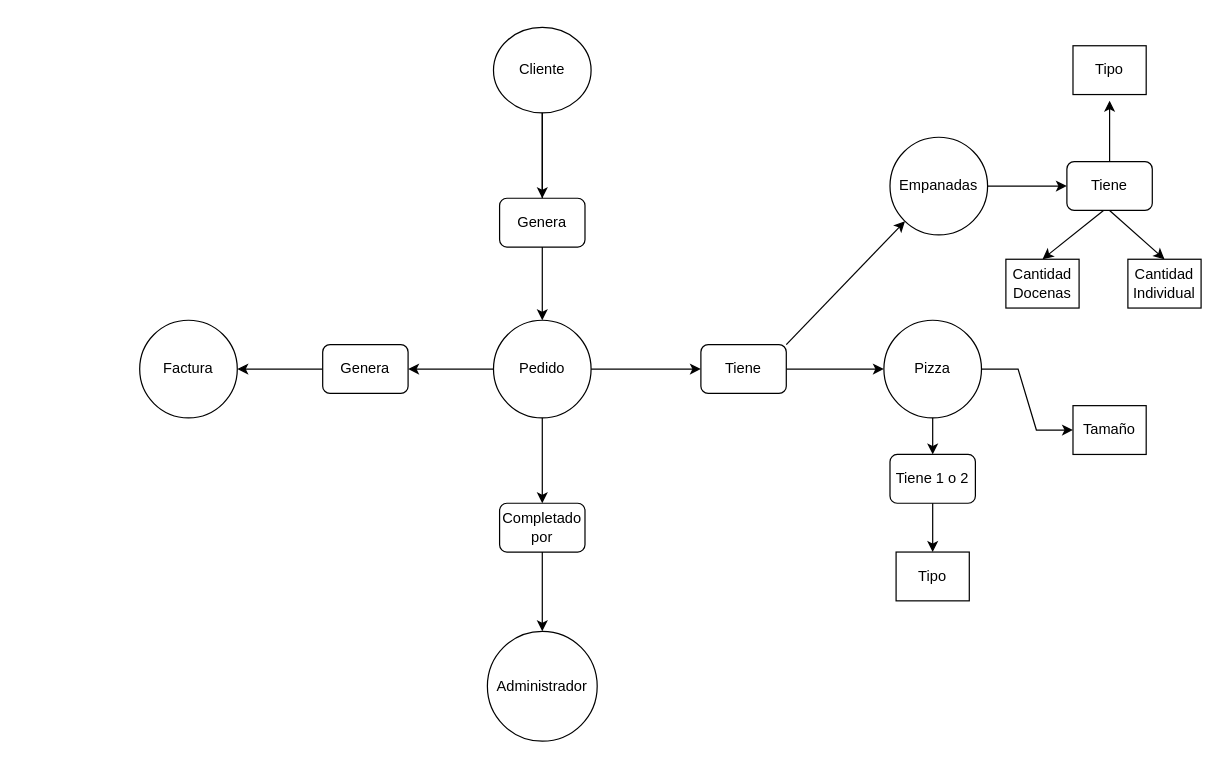
Above: Untitled Diagram.drawio in RailGun15/Programacion3-UTN (draw.io), before the change. Source tidied: cells renumbered, new cells numbered last; positions are measured from the earlier drawing's top-left corner, leaving out a move shared by most shapes. Both pictures are drawn from the tidied source at 122%, with x=0, y=0 at pixel (139, 27).
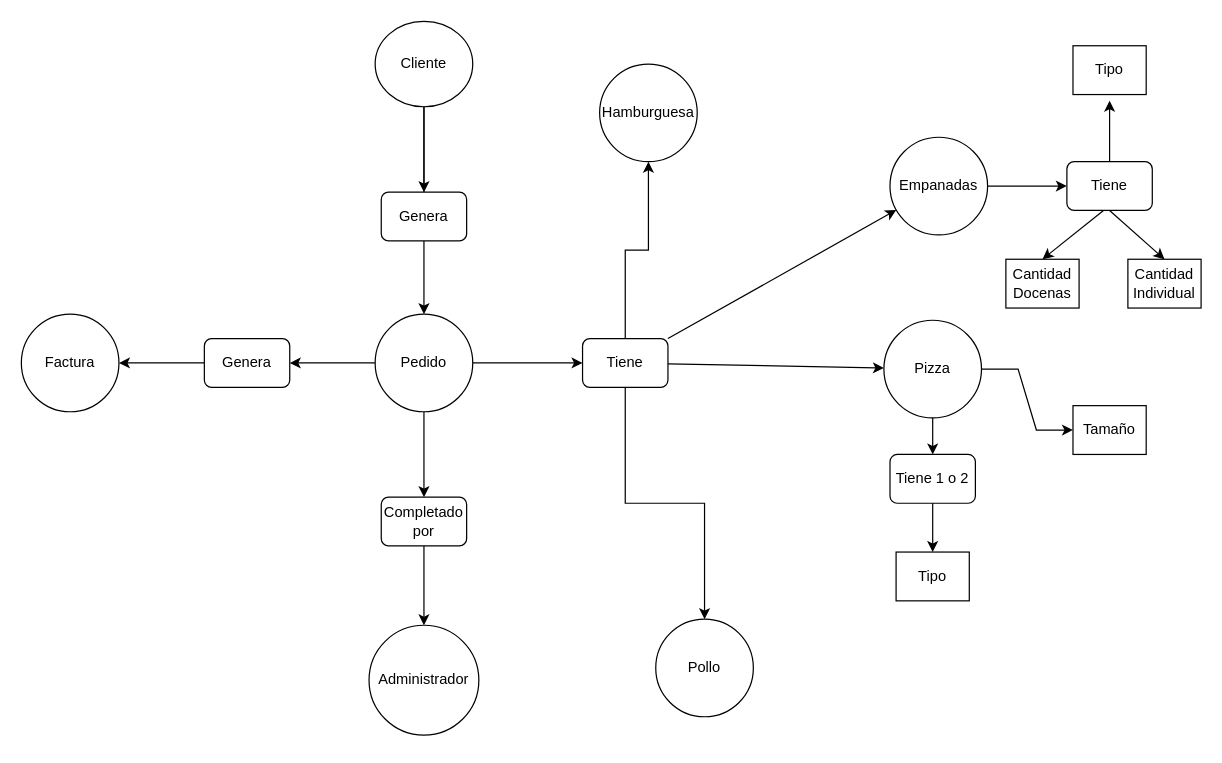
After the change.

Diff of the diagram source:
```diff
@@
     <mxCell id="3" value="Cliente" style="ellipse;whiteSpace=wrap;html=1;" parent="1" vertex="1">
-      <mxGeometry x="290" width="80" height="70" as="geometry" />
+      <mxGeometry x="193" y="-5" width="80" height="70" as="geometry" />
     </mxCell>
@@
     <mxCell id="7" value="Pedido" style="ellipse;whiteSpace=wrap;html=1;" parent="1" vertex="1">
-      <mxGeometry x="290" y="240" width="80" height="80" as="geometry" />
+      <mxGeometry x="193" y="235" width="80" height="80" as="geometry" />
     </mxCell>
@@
     <mxCell id="10" value="Genera" style="rounded=1;whiteSpace=wrap;html=1;" parent="1" vertex="1">
-      <mxGeometry x="295" y="140" width="70" height="40" as="geometry" />
+      <mxGeometry x="198" y="135" width="70" height="40" as="geometry" />
     </mxCell>
@@
+    <mxCell id="37" style="edgeStyle=orthogonalEdgeStyle;rounded=0;jettySize=auto;html=1;entryX=0.5;entryY=1;entryDx=0;entryDy=0;" parent="1" edge="1" source="12" target="39">
+      <mxGeometry relative="1" as="geometry" />
+    </mxCell>
+    <mxCell id="38" style="edgeStyle=orthogonalEdgeStyle;rounded=0;jettySize=auto;html=1;entryX=0.5;entryY=0;entryDx=0;entryDy=0;" parent="1" edge="1" source="12" target="40">
+      <mxGeometry relative="1" as="geometry" />
+    </mxCell>
     <mxCell id="12" value="Tiene" style="rounded=1;whiteSpace=wrap;html=1;" parent="1" vertex="1">
-      <mxGeometry x="460" y="260" width="70" height="40" as="geometry" />
+      <mxGeometry x="363" y="255" width="70" height="40" as="geometry" />
     </mxCell>
@@
     <mxCell id="25" value="Administrador" style="ellipse;whiteSpace=wrap;html=1;" parent="1" vertex="1">
-      <mxGeometry x="285" y="495" width="90" height="90" as="geometry" />
+      <mxGeometry x="188" y="490" width="90" height="90" as="geometry" />
     </mxCell>
@@
     <mxCell id="27" value="Completado por" style="rounded=1;whiteSpace=wrap;html=1;" parent="1" vertex="1">
-      <mxGeometry x="295" y="390" width="70" height="40" as="geometry" />
+      <mxGeometry x="198" y="385" width="70" height="40" as="geometry" />
     </mxCell>
@@
     <mxCell id="29" value="Genera" style="rounded=1;whiteSpace=wrap;html=1;" parent="1" vertex="1">
-      <mxGeometry x="150" y="260" width="70" height="40" as="geometry" />
+      <mxGeometry x="53" y="255" width="70" height="40" as="geometry" />
     </mxCell>
     <mxCell id="30" value="Factura" style="ellipse;whiteSpace=wrap;html=1;" parent="1" vertex="1">
-      <mxGeometry y="240" width="80" height="80" as="geometry" />
+      <mxGeometry x="-97" y="235" width="80" height="80" as="geometry" />
     </mxCell>
@@
+    <mxCell id="39" value="Hamburguesa" style="ellipse;whiteSpace=wrap;html=1;" parent="1" vertex="1">
+      <mxGeometry x="377" y="30" width="80" height="80" as="geometry" />
+    </mxCell>
+    <mxCell id="40" value="Pollo" style="ellipse;whiteSpace=wrap;html=1;" parent="1" vertex="1">
+      <mxGeometry x="423" y="485" width="80" height="80" as="geometry" />
+    </mxCell>
```
